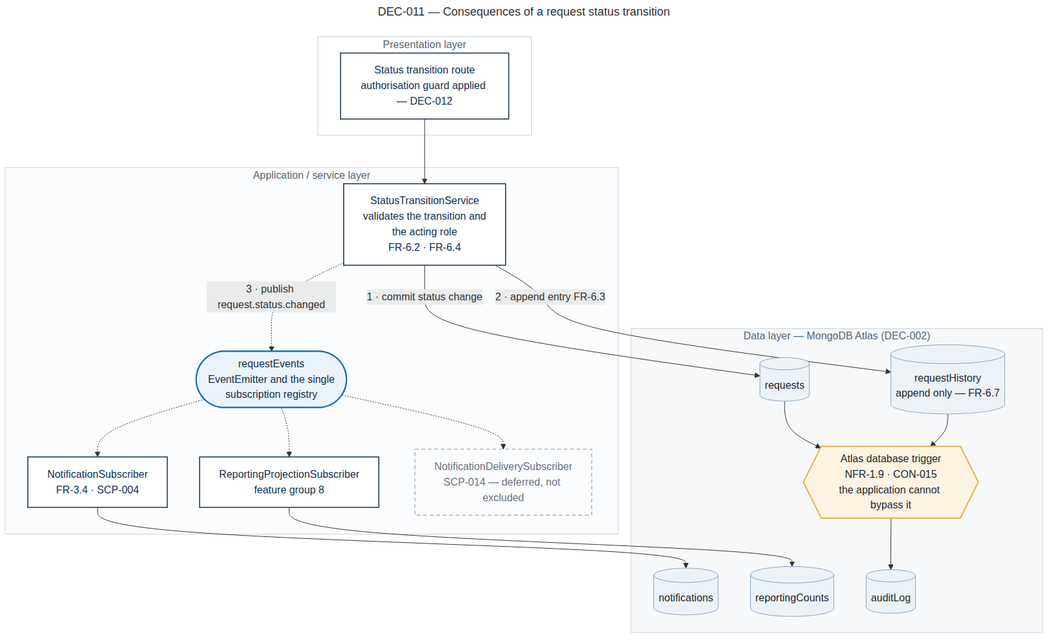
Earlier version of the Mermaid export docs/PED/PED/Media/dec011.png (SEN381-org/Ticketing-System). Its source is kept beside it as docs/decisions/Diagrams/dec011.mmd.
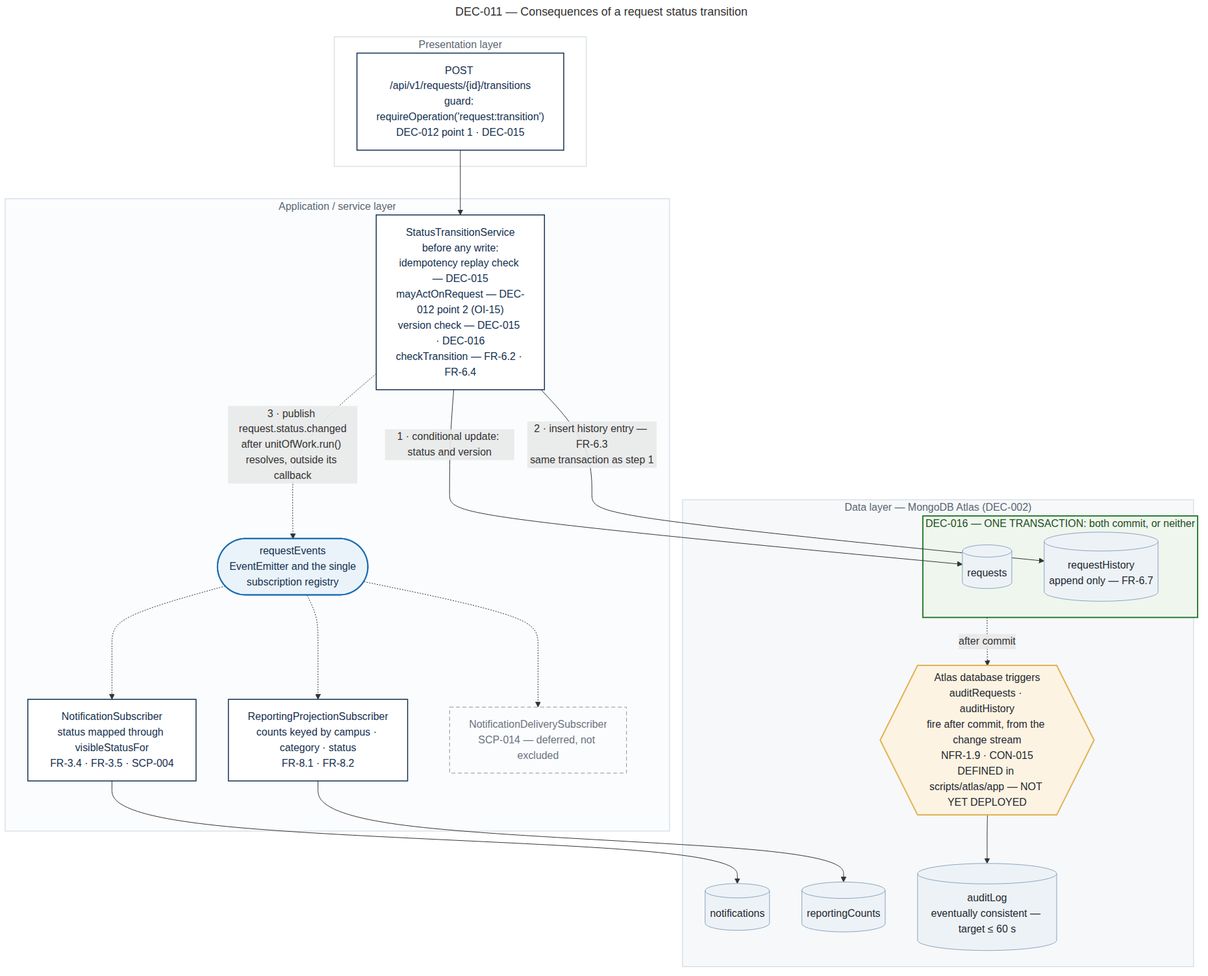
After the change.

Commit message:
Correct the DEC-011 and DEC-012 diagrams against the code

Diff of the diagram source:
```diff
@@ -4,37 +4,38 @@
 flowchart TB
 
   subgraph PRES["Presentation layer"]
-    CTRL["Status transition route<br/>authorisation guard applied — DEC-012"]
+    CTRL["POST /api/v1/requests/{id}/transitions<br/>guard: requireOperation('request:transition')<br/>DEC-012 point 1 · DEC-015"]
   end
 
   subgraph APP["Application / service layer"]
-    SVC["StatusTransitionService<br/>validates the transition and<br/>the acting role<br/>FR-6.2 · FR-6.4"]
+    SVC["StatusTransitionService<br/>before any write:<br/>idempotency replay check — DEC-015<br/>mayActOnRequest — DEC-012 point 2 (OI-15)<br/>version check — DEC-015 · DEC-016<br/>checkTransition — FR-6.2 · FR-6.4"]
     EMIT(["requestEvents<br/>EventEmitter and the single<br/>subscription registry"])
-    NSUB["NotificationSubscriber<br/>FR-3.4 · SCP-004"]
-    RSUB["ReportingProjectionSubscriber<br/>feature group 8"]
+    NSUB["NotificationSubscriber<br/>status mapped through visibleStatusFor<br/>FR-3.4 · FR-3.5 · SCP-004"]
+    RSUB["ReportingProjectionSubscriber<br/>counts keyed by campus · category · status<br/>FR-8.1 · FR-8.2"]
     FUT["NotificationDeliverySubscriber<br/>SCP-014 — deferred, not excluded"]
   end
 
   subgraph DATA["Data layer — MongoDB Atlas (DEC-002)"]
+    subgraph TX["DEC-016 — ONE TRANSACTION: both commit, or neither"]
+      REQ[("requests")]
+      HIST[("requestHistory<br/>append only — FR-6.7")]
+    end
     NOTIF[("notifications")]
     COUNTS[("reportingCounts")]
-    REQ[("requests")]
-    HIST[("requestHistory<br/>append only — FR-6.7")]
-    TRIG{{"Atlas database trigger<br/>NFR-1.9 · CON-015<br/>the application cannot bypass it"}}
-    AUD[("auditLog")]
+    TRIG{{"Atlas database triggers<br/>auditRequests · auditHistory<br/>fire after commit, from the change stream<br/>NFR-1.9 · CON-015<br/>DEFINED in scripts/atlas/app — NOT YET DEPLOYED"}}
+    AUD[("auditLog<br/>eventually consistent — target ≤ 60 s")]
   end
 
   CTRL --> SVC
-  SVC -.->|"3 · publish request.status.changed"| EMIT
+  SVC -->|"1 · conditional update: status and version"| REQ
+  SVC -->|"2 · insert history entry — FR-6.3<br/>same transaction as step 1"| HIST
+  SVC -.->|"3 · publish request.status.changed<br/>after unitOfWork.run() resolves, outside its callback"| EMIT
   EMIT -.-> NSUB
   EMIT -.-> RSUB
   EMIT -.-> FUT
   NSUB --> NOTIF
   RSUB --> COUNTS
-  SVC -->|"1 · commit status change"| REQ
-  SVC -->|"2 · append entry FR-6.3"| HIST
-  REQ --> TRIG
-  HIST --> TRIG
+  TX -.->|"after commit"| TRIG
   TRIG --> AUD
 
   classDef future stroke-dasharray: 6 4,stroke:#8a94a0,color:#6b7280,fill:#fbfcfd
@@ -52,3 +53,4 @@
   style PRES fill:#ffffff,stroke:#c7d3df,color:#5a6672
   style APP fill:#fafcfe,stroke:#c7d3df,color:#5a6672
   style DATA fill:#f6f8fa,stroke:#c7d3df,color:#5a6672
+  style TX fill:#eef6ee,stroke:#2f7d32,stroke-width:2px,color:#1d4d20
```
